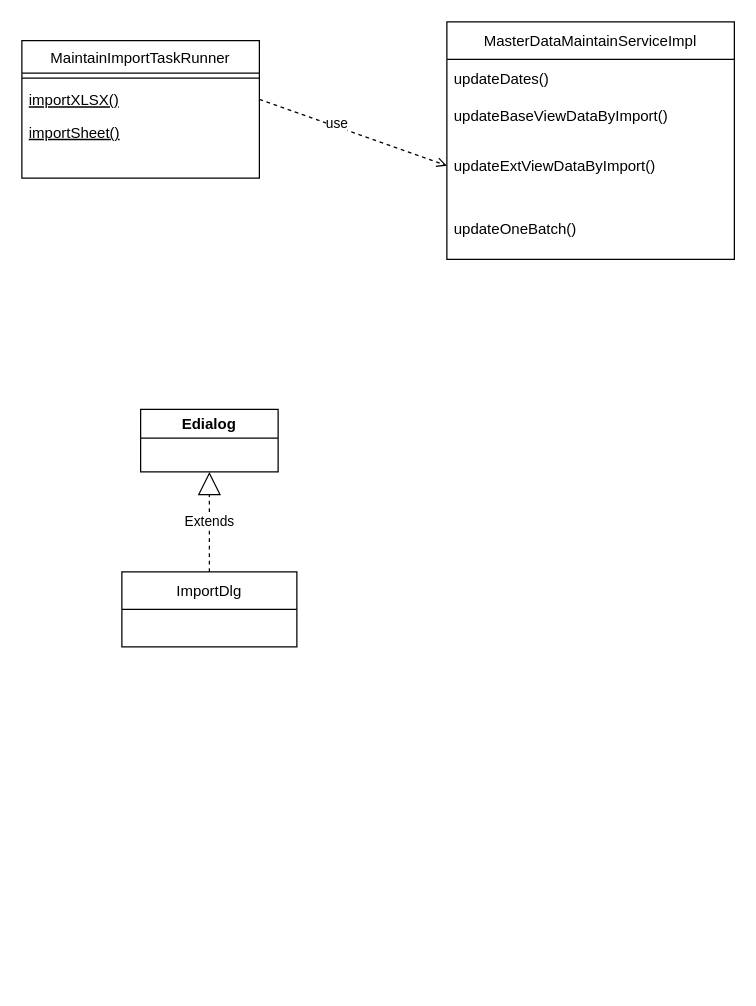
The draw.io diagram 251-批量导入前后台对象类图.drawio in NyarAlex/blog, before the edit. Source tidied: cells renumbered, new cells numbered last; positions are measured from the earlier drawing's top-left corner, leaving out a move shared by most shapes. Both pictures are drawn from the tidied source at 125%, with x=0, y=0 at pixel (21, 21).
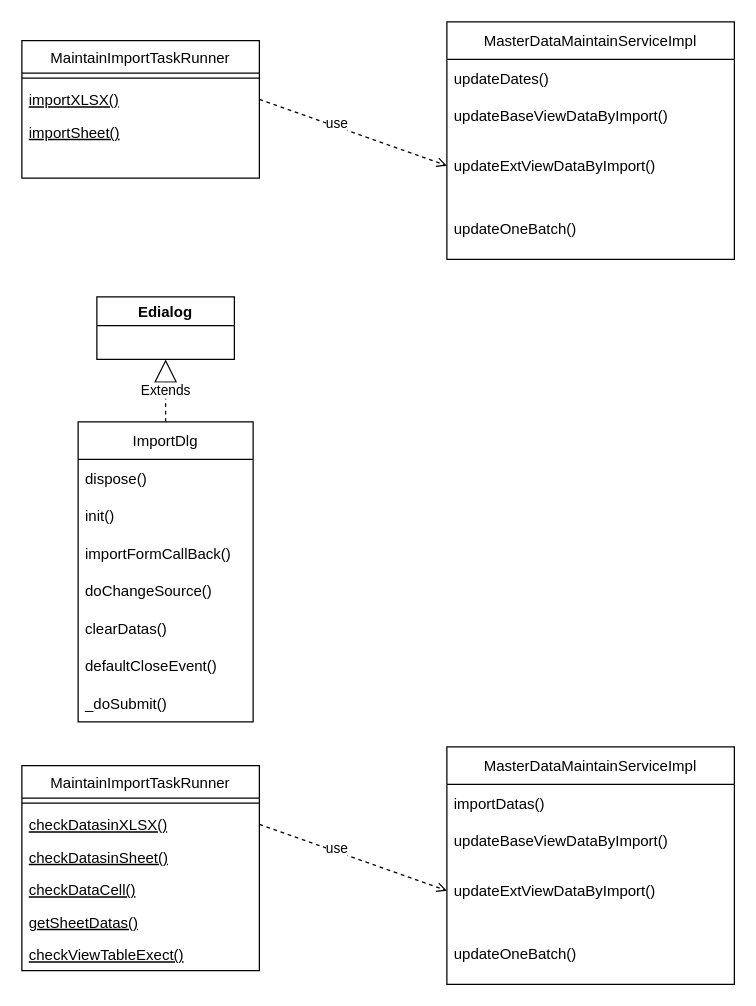
Above is the later version.

Commit message:
更新251-批量导入前后台对象类图.drawio

Diff of the diagram source:
```diff
@@
-    <mxCell id="13" value="ImportDlg" style="swimlane;fontStyle=0;horizontal=1;startSize=30;" parent="1" vertex="1">
-      <mxGeometry x="80" y="440" width="140" height="60" as="geometry" />
-    </mxCell>
     <mxCell id="14" value="Edialog" style="swimlane;" parent="1" vertex="1">
-      <mxGeometry x="95" y="310" width="110" height="50" as="geometry" />
+      <mxGeometry x="60" y="220" width="110" height="50" as="geometry" />
     </mxCell>
@@
+    <mxCell id="16" value="MaintainImportTaskRunner" style="swimlane;fontStyle=0;align=center;verticalAlign=top;horizontal=1;startSize=26;rounded=0;shadow=0;strokeWidth=1;" parent="1" vertex="1">
+      <mxGeometry y="595" width="190" height="164" as="geometry" />
+    </mxCell>
+    <mxCell id="17" style="line;html=1;strokeWidth=1;align=left;verticalAlign=middle;spacingTop=-1;spacingLeft=3;spacingRight=3;labelPosition=right;" parent="16" vertex="1">
+      <mxGeometry y="26" width="190" height="8" as="geometry" />
+    </mxCell>
+    <mxCell id="18" value="checkDatasinXLSX()" style="text;align=left;verticalAlign=top;spacingLeft=4;spacingRight=4;overflow=hidden;points=[[0,0.5],[1,0.5]];portConstraint=eastwest;fontStyle=4;" parent="16" vertex="1">
+      <mxGeometry y="34" width="190" height="26" as="geometry" />
+    </mxCell>
+    <mxCell id="19" value="checkDatasinSheet()" style="text;align=left;verticalAlign=top;spacingLeft=4;spacingRight=4;overflow=hidden;fontStyle=4;" parent="16" vertex="1">
+      <mxGeometry y="60" width="190" height="26" as="geometry" />
+    </mxCell>
+    <mxCell id="20" value="checkDataCell()" style="text;align=left;verticalAlign=top;spacingLeft=4;spacingRight=4;overflow=hidden;fontStyle=4;" parent="16" vertex="1">
+      <mxGeometry y="86" width="190" height="26" as="geometry" />
+    </mxCell>
+    <mxCell id="21" value="getSheetDatas()" style="text;align=left;verticalAlign=top;spacingLeft=4;spacingRight=4;overflow=hidden;fontStyle=4;" parent="16" vertex="1">
+      <mxGeometry y="112" width="190" height="26" as="geometry" />
+    </mxCell>
+    <mxCell id="22" value="checkViewTableExect()" style="text;align=left;verticalAlign=top;spacingLeft=4;spacingRight=4;overflow=hidden;fontStyle=4;" parent="16" vertex="1">
+      <mxGeometry y="138" width="190" height="26" as="geometry" />
+    </mxCell>
+    <mxCell id="23" value="MasterDataMaintainServiceImpl" style="swimlane;fontStyle=0;horizontal=1;startSize=30;" parent="1" vertex="1">
+      <mxGeometry x="340" y="580" width="230" height="190" as="geometry" />
+    </mxCell>
+    <mxCell id="24" value="importDatas()" style="text;strokeColor=none;fillColor=none;align=left;verticalAlign=middle;spacingLeft=4;spacingRight=4;overflow=hidden;" parent="23" vertex="1">
+      <mxGeometry y="30" width="230" height="30" as="geometry" />
+    </mxCell>
+    <mxCell id="25" value="updateBaseViewDataByImport()" style="text;strokeColor=none;fillColor=none;align=left;verticalAlign=middle;spacingLeft=4;spacingRight=4;overflow=hidden;" parent="23" vertex="1">
+      <mxGeometry y="60" width="230" height="30" as="geometry" />
+    </mxCell>
+    <mxCell id="26" value="updateExtViewDataByImport()" style="text;strokeColor=none;fillColor=none;align=left;verticalAlign=middle;spacingLeft=4;spacingRight=4;overflow=hidden;points=[[0,0.5],[1,0.5]];portConstraint=eastwest;" parent="23" vertex="1">
+      <mxGeometry y="90" width="230" height="50" as="geometry" />
+    </mxCell>
+    <mxCell id="27" value="updateOneBatch()" style="text;strokeColor=none;fillColor=none;align=left;verticalAlign=middle;spacingLeft=4;spacingRight=4;overflow=hidden;" parent="23" vertex="1">
+      <mxGeometry y="140" width="230" height="50" as="geometry" />
+    </mxCell>
+    <mxCell id="28" style="rounded=0;jettySize=auto;html=1;exitX=1;exitY=0.5;exitDx=0;exitDy=0;entryX=0;entryY=0.5;entryDx=0;entryDy=0;dashed=1;endArrow=open;endFill=0;" parent="1" edge="1" source="18" target="26">
+      <mxGeometry relative="1" as="geometry" />
+    </mxCell>
+    <mxCell id="29" value="use" style="edgeLabel;html=1;align=center;verticalAlign=middle;" parent="28" vertex="1">
+      <mxGeometry x="-0.2" y="3" relative="1" as="geometry" />
+    </mxCell>
+    <mxCell id="13" value="ImportDlg" style="swimlane;fontStyle=0;horizontal=1;startSize=30;" parent="1" vertex="1">
+      <mxGeometry x="45" y="320" width="140" height="240" as="geometry" />
+    </mxCell>
+    <mxCell id="30" value="dispose()" style="text;strokeColor=none;fillColor=none;align=left;verticalAlign=middle;spacingLeft=4;spacingRight=4;overflow=hidden;" parent="13" vertex="1">
+      <mxGeometry y="30" width="140" height="30" as="geometry" />
+    </mxCell>
+    <mxCell id="31" value="init()" style="text;strokeColor=none;fillColor=none;align=left;verticalAlign=middle;spacingLeft=4;spacingRight=4;overflow=hidden;" parent="13" vertex="1">
+      <mxGeometry y="60" width="140" height="30" as="geometry" />
+    </mxCell>
+    <mxCell id="32" value="importFormCallBack()" style="text;strokeColor=none;fillColor=none;align=left;verticalAlign=middle;spacingLeft=4;spacingRight=4;overflow=hidden;" parent="13" vertex="1">
+      <mxGeometry y="90" width="140" height="30" as="geometry" />
+    </mxCell>
+    <mxCell id="33" value="doChangeSource()" style="text;strokeColor=none;fillColor=none;align=left;verticalAlign=middle;spacingLeft=4;spacingRight=4;overflow=hidden;" parent="13" vertex="1">
+      <mxGeometry y="120" width="140" height="30" as="geometry" />
+    </mxCell>
+    <mxCell id="34" value="clearDatas()" style="text;strokeColor=none;fillColor=none;align=left;verticalAlign=middle;spacingLeft=4;spacingRight=4;overflow=hidden;" parent="13" vertex="1">
+      <mxGeometry y="150" width="140" height="30" as="geometry" />
+    </mxCell>
+    <mxCell id="35" value="defaultCloseEvent()" style="text;strokeColor=none;fillColor=none;align=left;verticalAlign=middle;spacingLeft=4;spacingRight=4;overflow=hidden;" parent="13" vertex="1">
+      <mxGeometry y="180" width="140" height="30" as="geometry" />
+    </mxCell>
+    <mxCell id="36" value="_doSubmit()" style="text;strokeColor=none;fillColor=none;align=left;verticalAlign=middle;spacingLeft=4;spacingRight=4;overflow=hidden;" parent="13" vertex="1">
+      <mxGeometry y="210" width="140" height="30" as="geometry" />
+    </mxCell>
```
